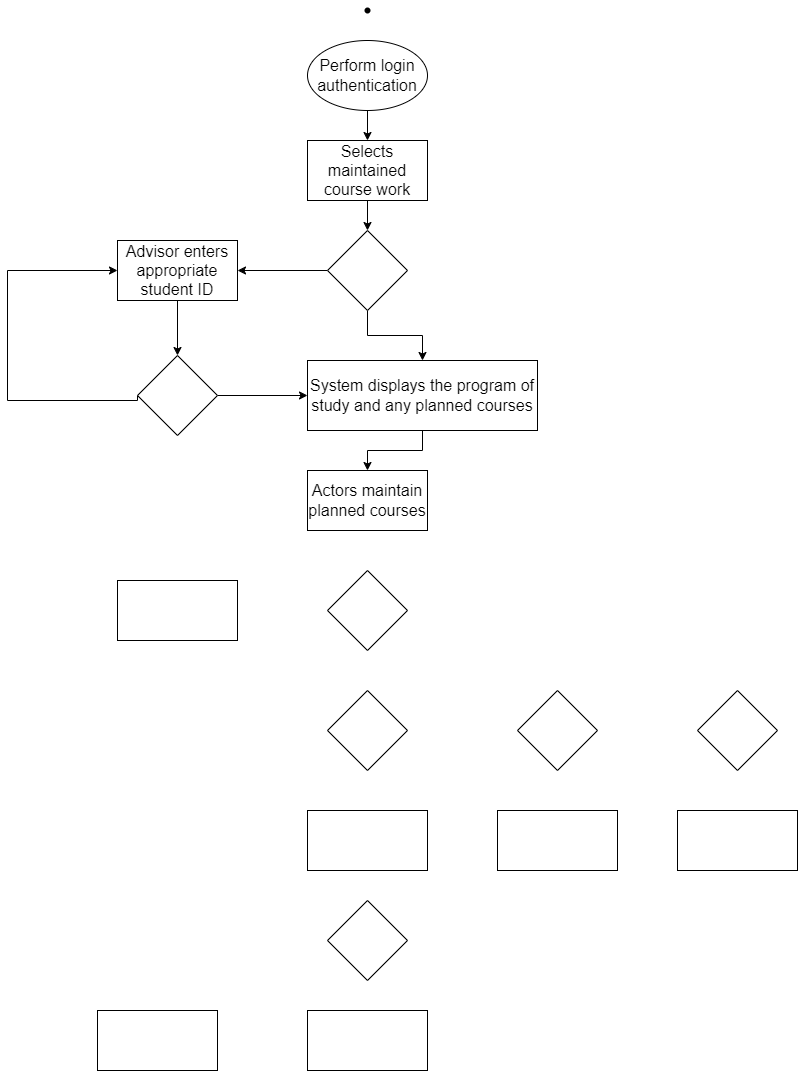
datnham0212/learning keeps this draw.io diagram as Chương 1.png. Above is the earlier version. Source tidied: cells renumbered, new cells last; positions are measured from the earlier drawing's top-left corner, leaving out a move shared by most shapes.
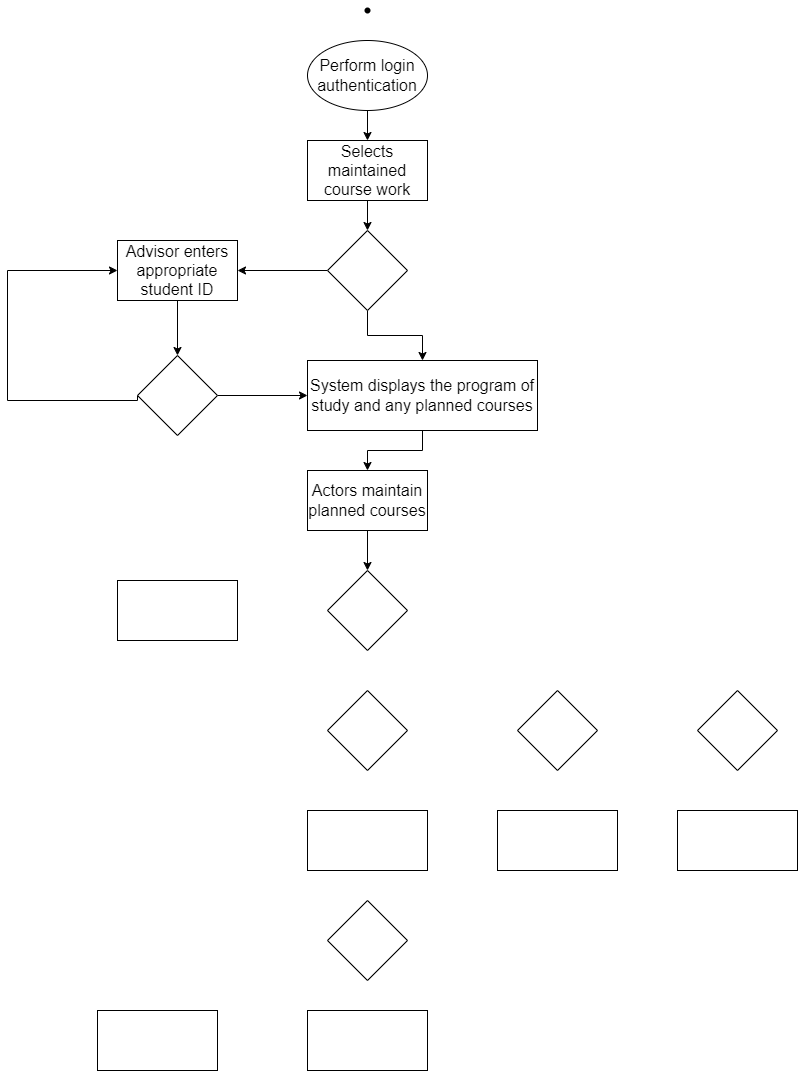
Later version of the same file.

Diff of the diagram source:
```diff
@@ -53,6 +53,9 @@
     <mxCell id="16" value="System displays the program of study and any planned courses" style="rounded=0;whiteSpace=wrap;html=1;fontSize=16;" parent="1" vertex="1">
       <mxGeometry x="300" y="360" width="230" height="70" as="geometry" />
     </mxCell>
+    <mxCell id="29" style="edgeStyle=orthogonalEdgeStyle;rounded=0;jettySize=auto;html=1;entryX=0.5;entryY=0;entryDx=0;entryDy=0;" parent="1" edge="1" source="17" target="20">
+      <mxGeometry relative="1" as="geometry" />
+    </mxCell>
     <mxCell id="17" value="Actors maintain planned courses" style="rounded=0;whiteSpace=wrap;html=1;fontSize=16;" parent="1" vertex="1">
       <mxGeometry x="300" y="470" width="120" height="60" as="geometry" />
     </mxCell>
```
